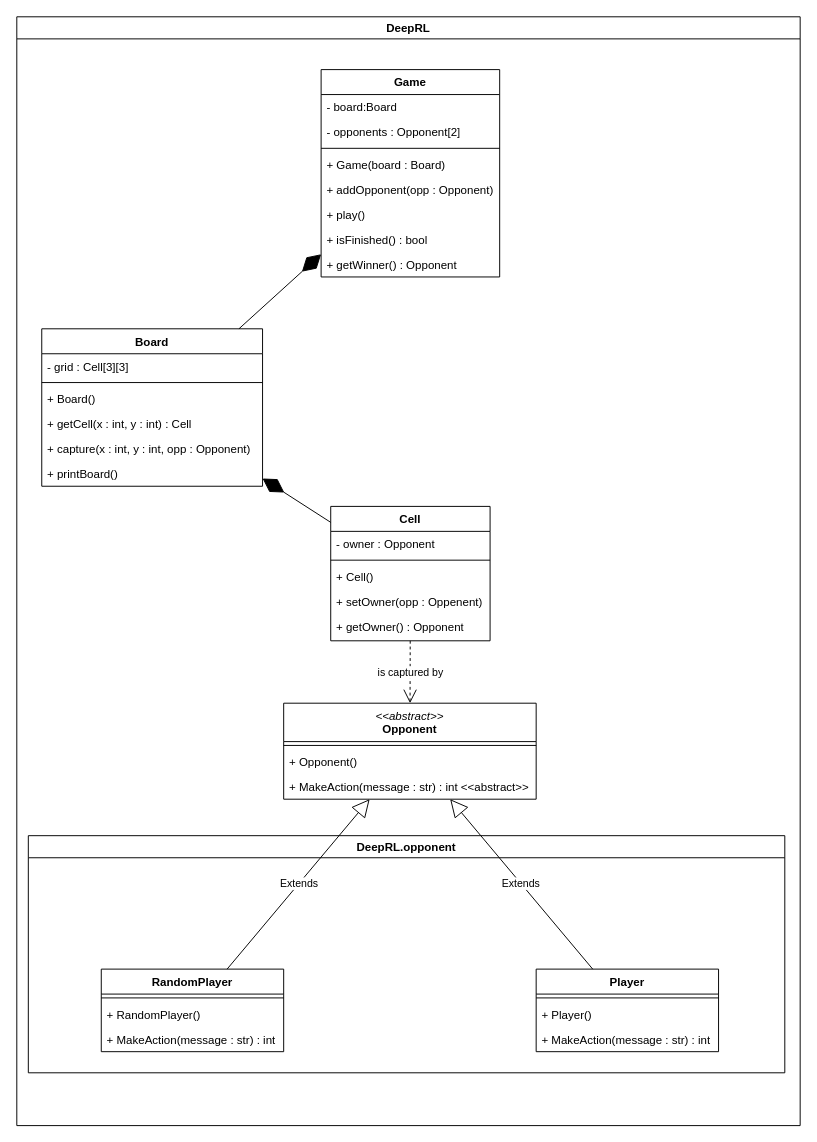
The draw.io diagram uml/DRL project.drawio in Enzo-Claeyssen/Q-Learning_for_Tic_Tac_Toe, before the edit. Source tidied: cells renumbered, new cells numbered last; positions are measured from the earlier drawing's top-left corner, leaving out a move shared by most shapes. Both pictures are drawn from the tidied source at 96%, with x=0, y=0 at pixel (16, 16).
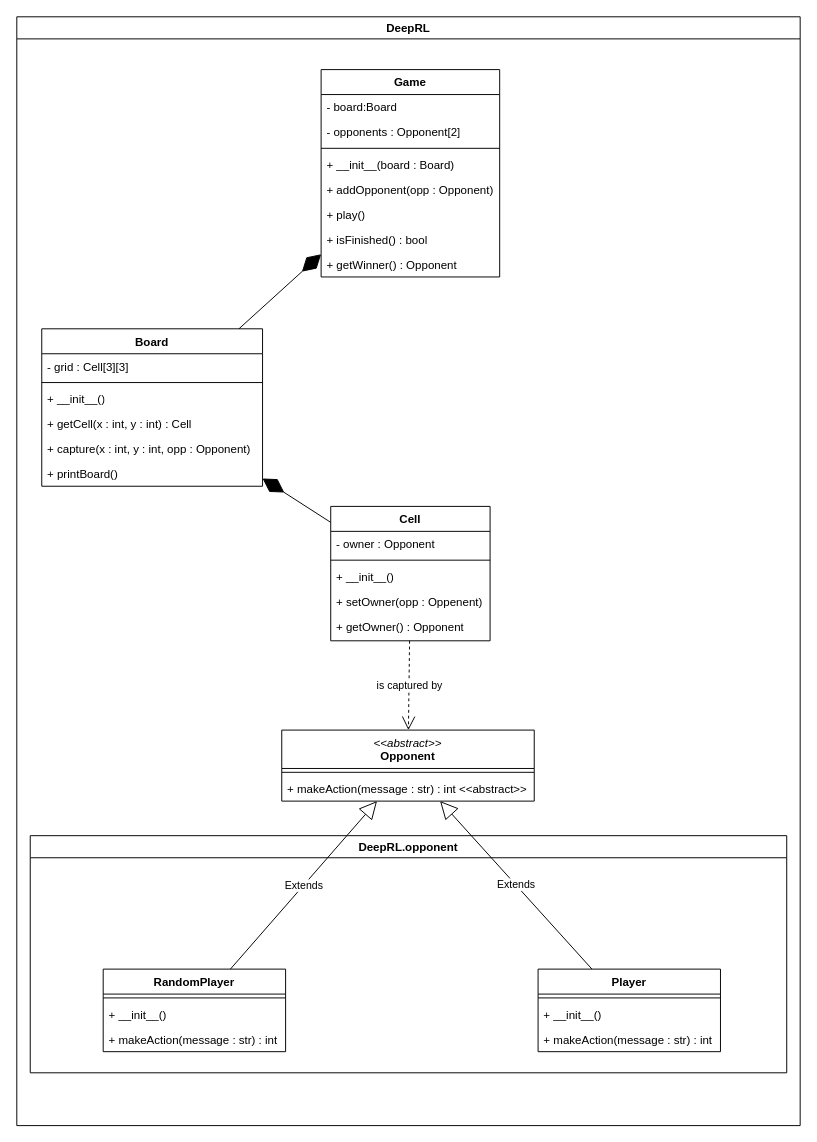
Above is the later version.

The change refers to these unchanged cells:
```xml
<mxCell id="2" value="DeepRL" style="swimlane;" parent="1" vertex="1">
  <mxGeometry width="816" height="1155" as="geometry" />
</mxCell>
<mxCell id="3" value="Game" style="swimlane;fontStyle=1;align=center;verticalAlign=top;horizontal=1;startSize=26;whiteSpace=wrap;html=1;" parent="2" vertex="1">
  <mxGeometry x="317" y="55" width="186" height="216" as="geometry" />
</mxCell>
<mxCell id="12" value="Board" style="swimlane;fontStyle=1;align=center;verticalAlign=top;horizontal=1;startSize=26;whiteSpace=wrap;html=1;" parent="2" vertex="1">
  <mxGeometry x="26" y="325" width="230" height="164" as="geometry" />
</mxCell>
<mxCell id="20" value="Cell" style="swimlane;fontStyle=1;align=center;verticalAlign=top;horizontal=1;startSize=26;whiteSpace=wrap;html=1;" parent="2" vertex="1">
  <mxGeometry x="327" y="510" width="166" height="140" as="geometry" />
</mxCell>
<mxCell id="33" value="RandomPlayer" style="swimlane;fontStyle=1;align=center;verticalAlign=top;horizontal=1;startSize=26;whiteSpace=wrap;html=1;" parent="32" vertex="1">
  <mxGeometry x="76" y="139" width="190" height="86" as="geometry" />
</mxCell>
<mxCell id="37" value="Player" style="swimlane;fontStyle=1;align=center;verticalAlign=top;horizontal=1;startSize=26;whiteSpace=wrap;html=1;" parent="32" vertex="1">
  <mxGeometry x="529" y="139" width="190" height="86" as="geometry" />
</mxCell>
```

Change to the diagram source:
```diff
@@
-    <mxCell id="7" value="+ Game(board : Board)" style="text;strokeColor=none;fillColor=none;align=left;verticalAlign=top;spacingLeft=4;spacingRight=4;overflow=hidden;whiteSpace=wrap;html=1;" parent="3" vertex="1">
+    <mxCell id="7" value="+ __init__(board : Board)" style="text;strokeColor=none;fillColor=none;align=left;verticalAlign=top;spacingLeft=4;spacingRight=4;overflow=hidden;whiteSpace=wrap;html=1;" parent="3" vertex="1">
       <mxGeometry y="86" width="186" height="26" as="geometry" />
     </mxCell>
@@
-    <mxCell id="15" value="&lt;div&gt;+ Board()&lt;/div&gt;" style="text;strokeColor=none;fillColor=none;align=left;verticalAlign=top;spacingLeft=4;spacingRight=4;overflow=hidden;whiteSpace=wrap;html=1;" parent="12" vertex="1">
+    <mxCell id="15" value="&lt;div&gt;+ __init__()&lt;/div&gt;" style="text;strokeColor=none;fillColor=none;align=left;verticalAlign=top;spacingLeft=4;spacingRight=4;overflow=hidden;whiteSpace=wrap;html=1;" parent="12" vertex="1">
       <mxGeometry y="60" width="230" height="26" as="geometry" />
     </mxCell>
@@
-    <mxCell id="23" value="+ Cell()" style="text;strokeColor=none;fillColor=none;align=left;verticalAlign=top;spacingLeft=4;spacingRight=4;overflow=hidden;whiteSpace=wrap;html=1;" parent="20" vertex="1">
+    <mxCell id="23" value="+ __init__()" style="text;strokeColor=none;fillColor=none;align=left;verticalAlign=top;spacingLeft=4;spacingRight=4;overflow=hidden;whiteSpace=wrap;html=1;" parent="20" vertex="1">
       <mxGeometry y="60" width="166" height="26" as="geometry" />
     </mxCell>
@@
     <mxCell id="27" value="&lt;span style=&quot;font-weight: normal;&quot;&gt;&lt;i&gt;&amp;lt;&amp;lt;abstract&amp;gt;&amp;gt;&lt;/i&gt;&lt;/span&gt;&lt;br&gt;Opponent" style="swimlane;fontStyle=1;align=center;verticalAlign=top;horizontal=1;startSize=40;whiteSpace=wrap;html=1;" parent="2" vertex="1">
-      <mxGeometry x="278" y="715" width="263" height="100" as="geometry" />
+      <mxGeometry x="276" y="743" width="263" height="74" as="geometry" />
     </mxCell>
@@
-    <mxCell id="29" value="+ Opponent()" style="text;strokeColor=none;fillColor=none;align=left;verticalAlign=top;spacingLeft=4;spacingRight=4;overflow=hidden;whiteSpace=wrap;html=1;" parent="27" vertex="1">
-      <mxGeometry y="48" width="263" height="26" as="geometry" />
-    </mxCell>
-    <mxCell id="30" value="+ MakeAction(message : str) : int &amp;lt;&amp;lt;abstract&amp;gt;&amp;gt;" style="text;strokeColor=none;fillColor=none;align=left;verticalAlign=top;spacingLeft=4;spacingRight=4;overflow=hidden;whiteSpace=wrap;html=1;" parent="27" vertex="1">
-      <mxGeometry y="74" width="263" height="26" as="geometry" />
+    <mxCell id="30" value="+ makeAction(message : str) : int &amp;lt;&amp;lt;abstract&amp;gt;&amp;gt;" style="text;strokeColor=none;fillColor=none;align=left;verticalAlign=top;spacingLeft=4;spacingRight=4;overflow=hidden;whiteSpace=wrap;html=1;" parent="27" vertex="1">
+      <mxGeometry y="48" width="263" height="26" as="geometry" />
     </mxCell>
@@
     <mxCell id="32" value="DeepRL.opponent" style="swimlane;" parent="2" vertex="1">
-      <mxGeometry x="12" y="853" width="788" height="247" as="geometry" />
+      <mxGeometry x="14" y="853" width="788" height="247" as="geometry" />
     </mxCell>
@@
-    <mxCell id="35" value="&lt;div&gt;+ RandomPlayer()&lt;/div&gt;" style="text;strokeColor=none;fillColor=none;align=left;verticalAlign=top;spacingLeft=4;spacingRight=4;overflow=hidden;whiteSpace=wrap;html=1;" parent="33" vertex="1">
+    <mxCell id="35" value="&lt;div&gt;+ __init__()&lt;/div&gt;" style="text;strokeColor=none;fillColor=none;align=left;verticalAlign=top;spacingLeft=4;spacingRight=4;overflow=hidden;whiteSpace=wrap;html=1;" parent="33" vertex="1">
       <mxGeometry y="34" width="190" height="26" as="geometry" />
     </mxCell>
-    <mxCell id="36" value="+ MakeAction(message : str) : int" style="text;strokeColor=none;fillColor=none;align=left;verticalAlign=top;spacingLeft=4;spacingRight=4;overflow=hidden;whiteSpace=wrap;html=1;" parent="33" vertex="1">
+    <mxCell id="36" value="+ makeAction(message : str) : int" style="text;strokeColor=none;fillColor=none;align=left;verticalAlign=top;spacingLeft=4;spacingRight=4;overflow=hidden;whiteSpace=wrap;html=1;" parent="33" vertex="1">
       <mxGeometry y="60" width="190" height="26" as="geometry" />
     </mxCell>
@@
-    <mxCell id="39" value="+ Player()" style="text;strokeColor=none;fillColor=none;align=left;verticalAlign=top;spacingLeft=4;spacingRight=4;overflow=hidden;whiteSpace=wrap;html=1;" parent="37" vertex="1">
+    <mxCell id="39" value="+ __init__()" style="text;strokeColor=none;fillColor=none;align=left;verticalAlign=top;spacingLeft=4;spacingRight=4;overflow=hidden;whiteSpace=wrap;html=1;" parent="37" vertex="1">
       <mxGeometry y="34" width="190" height="26" as="geometry" />
     </mxCell>
-    <mxCell id="40" value="+ MakeAction(message : str) : int" style="text;strokeColor=none;fillColor=none;align=left;verticalAlign=top;spacingLeft=4;spacingRight=4;overflow=hidden;whiteSpace=wrap;html=1;" parent="37" vertex="1">
+    <mxCell id="40" value="+ makeAction(message : str) : int" style="text;strokeColor=none;fillColor=none;align=left;verticalAlign=top;spacingLeft=4;spacingRight=4;overflow=hidden;whiteSpace=wrap;html=1;" parent="37" vertex="1">
       <mxGeometry y="60" width="190" height="26" as="geometry" />
     </mxCell>
```
